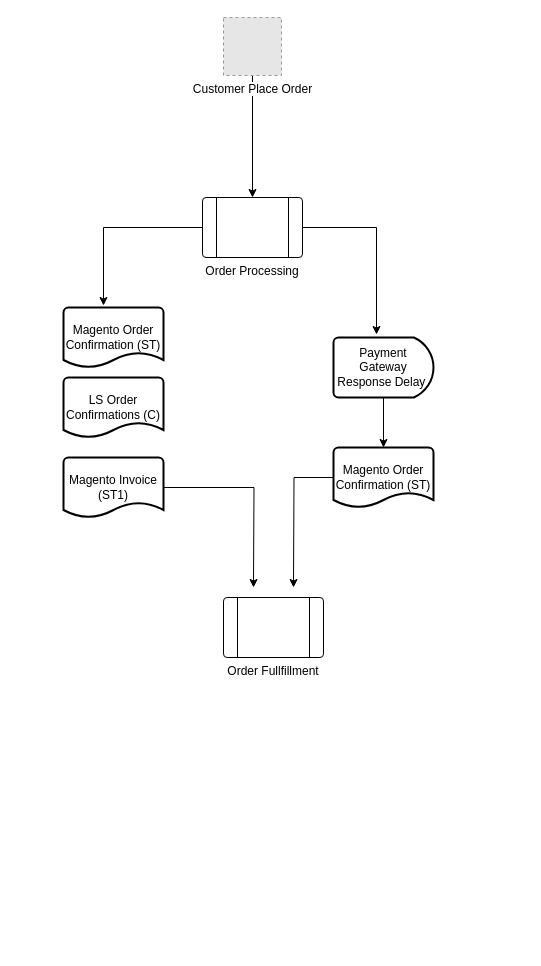
kasungl/Isetan_Help keeps this draw.io diagram as EComm-Email.drawio. Above is the earlier version. Source tidied: cells renumbered, new cells numbered last; positions are measured from the earlier drawing's top-left corner, leaving out a move shared by most shapes. Both pictures are drawn from the tidied source at 100%, with x=0, y=0 at pixel (63, 17). Pictures stored in the file or linked from it are replaced by grey dashed boxes.
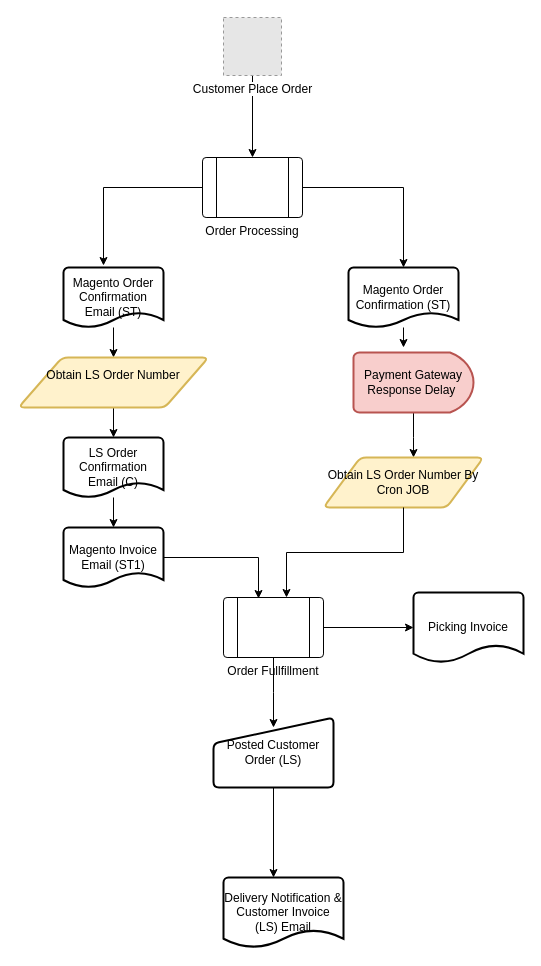
After the change.

Unchanged cells that the change refers to:
```xml
<mxCell id="12" value="Order Fullfillment" style="verticalLabelPosition=bottom;verticalAlign=top;html=1;shape=process;whiteSpace=wrap;rounded=1;size=0.14;arcSize=6;" parent="1" vertex="1">
  <mxGeometry x="160" y="580" width="100" height="60" as="geometry" />
</mxCell>
```

What changed in the source:
```diff
@@
+    <mxCell id="16" style="edgeStyle=orthogonalEdgeStyle;rounded=0;jettySize=auto;html=1;" parent="1" edge="1" source="4" target="27">
+      <mxGeometry relative="1" as="geometry">
+        <Array as="points">
+          <mxPoint x="350" y="420" />
+          <mxPoint x="350" y="420" />
+        </Array>
+      </mxGeometry>
+    </mxCell>
-    <mxCell id="4" value="Payment Gateway Response Delay&amp;nbsp;" style="strokeWidth=2;html=1;shape=mxgraph.flowchart.delay;whiteSpace=wrap;" parent="1" vertex="1">
-      <mxGeometry x="270" y="320" width="100" height="60" as="geometry" />
+    <mxCell id="4" value="Payment Gateway Response Delay&amp;nbsp;" style="strokeWidth=2;html=1;shape=mxgraph.flowchart.delay;whiteSpace=wrap;fillColor=#f8cecc;strokeColor=#b85450;" parent="1" vertex="1">
+      <mxGeometry x="290" y="335" width="120" height="60" as="geometry" />
     </mxCell>
@@
     <mxCell id="6" value="Order Processing" style="verticalLabelPosition=bottom;verticalAlign=top;html=1;shape=process;whiteSpace=wrap;rounded=1;size=0.14;arcSize=6;" parent="1" vertex="1">
-      <mxGeometry x="139" y="180" width="100" height="60" as="geometry" />
+      <mxGeometry x="139" y="140" width="100" height="60" as="geometry" />
     </mxCell>
-    <mxCell id="7" style="edgeStyle=orthogonalEdgeStyle;rounded=0;jettySize=auto;html=1;entryX=0.43;entryY=-0.05;entryDx=0;entryDy=0;entryPerimeter=0;" parent="1" edge="1" source="6" target="4">
+    <mxCell id="7" style="edgeStyle=orthogonalEdgeStyle;rounded=0;jettySize=auto;html=1;entryX=0.5;entryY=0;entryDx=0;entryDy=0;entryPerimeter=0;" parent="1" edge="1" source="6" target="11">
       <mxGeometry relative="1" as="geometry" />
     </mxCell>
-    <mxCell id="8" style="edgeStyle=orthogonalEdgeStyle;rounded=0;jettySize=auto;html=1;entryX=0.5;entryY=0;entryDx=0;entryDy=0;entryPerimeter=0;" parent="1" edge="1" source="4" target="11">
-      <mxGeometry relative="1" as="geometry" />
-    </mxCell>
+    <mxCell id="17" style="edgeStyle=orthogonalEdgeStyle;rounded=0;jettySize=auto;html=1;" parent="1" edge="1" source="9" target="26">
+      <mxGeometry relative="1" as="geometry" />
+    </mxCell>
-    <mxCell id="9" value="Magento Order Confirmation (ST)" style="strokeWidth=2;html=1;shape=mxgraph.flowchart.document2;whiteSpace=wrap;size=0.25;" parent="1" vertex="1">
-      <mxGeometry y="290" width="100" height="60" as="geometry" />
+    <mxCell id="9" value="Magento Order Confirmation Email (ST)" style="strokeWidth=2;html=1;shape=mxgraph.flowchart.document2;whiteSpace=wrap;size=0.25;" parent="1" vertex="1">
+      <mxGeometry y="250" width="100" height="60" as="geometry" />
     </mxCell>
+    <mxCell id="18" style="edgeStyle=orthogonalEdgeStyle;rounded=0;jettySize=auto;html=1;" parent="1" edge="1" source="10" target="15">
+      <mxGeometry relative="1" as="geometry" />
+    </mxCell>
-    <mxCell id="10" value="LS Order Confirmations (C)" style="strokeWidth=2;html=1;shape=mxgraph.flowchart.document2;whiteSpace=wrap;size=0.25;" parent="1" vertex="1">
-      <mxGeometry y="360" width="100" height="60" as="geometry" />
+    <mxCell id="10" value="LS Order Confirmation Email (C)" style="strokeWidth=2;html=1;shape=mxgraph.flowchart.document2;whiteSpace=wrap;size=0.25;" parent="1" vertex="1">
+      <mxGeometry y="420" width="100" height="60" as="geometry" />
     </mxCell>
+    <mxCell id="19" style="edgeStyle=orthogonalEdgeStyle;rounded=0;jettySize=auto;html=1;" parent="1" edge="1" source="11">
+      <mxGeometry relative="1" as="geometry">
+        <mxPoint x="340" y="330" as="targetPoint" />
+      </mxGeometry>
+    </mxCell>
     <mxCell id="11" value="Magento Order Confirmation (ST)" style="strokeWidth=2;html=1;shape=mxgraph.flowchart.document2;whiteSpace=wrap;size=0.25;" parent="1" vertex="1">
-      <mxGeometry x="270" y="430" width="100" height="60" as="geometry" />
+      <mxGeometry x="285" y="250" width="110" height="60" as="geometry" />
     </mxCell>
+    <mxCell id="20" style="edgeStyle=orthogonalEdgeStyle;rounded=0;jettySize=auto;html=1;entryX=0.5;entryY=0;entryDx=0;entryDy=0;" parent="1" edge="1" source="12">
+      <mxGeometry relative="1" as="geometry">
+        <mxPoint x="210" y="710" as="targetPoint" />
+      </mxGeometry>
+    </mxCell>
+    <mxCell id="21" style="edgeStyle=orthogonalEdgeStyle;rounded=0;jettySize=auto;html=1;" parent="1" edge="1" source="12" target="22">
+      <mxGeometry relative="1" as="geometry" />
+    </mxCell>
@@
-    <mxCell id="13" style="edgeStyle=orthogonalEdgeStyle;rounded=0;jettySize=auto;html=1;" parent="1" edge="1" source="15">
-      <mxGeometry relative="1" as="geometry">
-        <mxPoint x="190" y="570" as="targetPoint" />
-      </mxGeometry>
+    <mxCell id="13" style="edgeStyle=orthogonalEdgeStyle;rounded=0;jettySize=auto;html=1;entryX=0.35;entryY=0.017;entryDx=0;entryDy=0;entryPerimeter=0;" parent="1" edge="1" source="15" target="12">
+      <mxGeometry relative="1" as="geometry" />
     </mxCell>
-    <mxCell id="14" style="edgeStyle=orthogonalEdgeStyle;rounded=0;jettySize=auto;html=1;" parent="1" edge="1" source="11">
-      <mxGeometry relative="1" as="geometry">
-        <mxPoint x="230" y="570" as="targetPoint" />
-      </mxGeometry>
-    </mxCell>
-    <mxCell id="15" value="Magento Invoice (ST1)" style="strokeWidth=2;html=1;shape=mxgraph.flowchart.document2;whiteSpace=wrap;size=0.25;" parent="1" vertex="1">
-      <mxGeometry y="440" width="100" height="60" as="geometry" />
+    <mxCell id="15" value="Magento Invoice Email (ST1)" style="strokeWidth=2;html=1;shape=mxgraph.flowchart.document2;whiteSpace=wrap;size=0.25;" parent="1" vertex="1">
+      <mxGeometry y="510" width="100" height="60" as="geometry" />
     </mxCell>
+    <mxCell id="22" value="Picking Invoice" style="strokeWidth=2;html=1;shape=mxgraph.flowchart.document2;whiteSpace=wrap;size=0.25;" parent="1" vertex="1">
+      <mxGeometry x="350" y="575" width="110" height="70" as="geometry" />
+    </mxCell>
+    <mxCell id="23" style="edgeStyle=orthogonalEdgeStyle;rounded=0;orthogonalLoop=1;jettySize=auto;html=1;" parent="1" edge="1">
+      <mxGeometry relative="1" as="geometry">
+        <mxPoint x="210" y="770" as="sourcePoint" />
+        <mxPoint x="210" y="860" as="targetPoint" />
+      </mxGeometry>
+    </mxCell>
+    <mxCell id="24" value="Delivery Notification &amp;amp; Customer Invoice (LS) Email" style="strokeWidth=2;html=1;shape=mxgraph.flowchart.document2;whiteSpace=wrap;size=0.25;" parent="1" vertex="1">
+      <mxGeometry x="160" y="860" width="120" height="70" as="geometry" />
+    </mxCell>
+    <mxCell id="25" style="edgeStyle=orthogonalEdgeStyle;rounded=0;jettySize=auto;html=1;" parent="1" edge="1" source="26" target="10">
+      <mxGeometry relative="1" as="geometry" />
+    </mxCell>
+    <mxCell id="26" value="Obtain LS Order Number&lt;div&gt;&lt;br/&gt;&lt;/div&gt;" style="shape=parallelogram;html=1;strokeWidth=2;perimeter=parallelogramPerimeter;whiteSpace=wrap;rounded=1;arcSize=12;size=0.23;fillColor=#fff2cc;strokeColor=#d6b656;" parent="1" vertex="1">
+      <mxGeometry x="-45" y="340" width="190" height="50" as="geometry" />
+    </mxCell>
+    <mxCell id="27" value="Obtain LS Order Number By Cron JOB" style="shape=parallelogram;html=1;strokeWidth=2;perimeter=parallelogramPerimeter;whiteSpace=wrap;rounded=1;arcSize=12;size=0.23;fillColor=#fff2cc;strokeColor=#d6b656;" parent="1" vertex="1">
+      <mxGeometry x="260" y="440" width="160" height="50" as="geometry" />
+    </mxCell>
+    <mxCell id="28" style="edgeStyle=orthogonalEdgeStyle;rounded=0;jettySize=auto;html=1;entryX=0.63;entryY=0;entryDx=0;entryDy=0;entryPerimeter=0;" parent="1" edge="1" source="27" target="12">
+      <mxGeometry relative="1" as="geometry" />
+    </mxCell>
+    <mxCell id="29" value="Posted Customer Order (LS)" style="html=1;strokeWidth=2;shape=manualInput;whiteSpace=wrap;rounded=1;size=26;arcSize=11;" parent="1" vertex="1">
+      <mxGeometry x="150" y="700" width="120" height="70" as="geometry" />
+    </mxCell>
```
